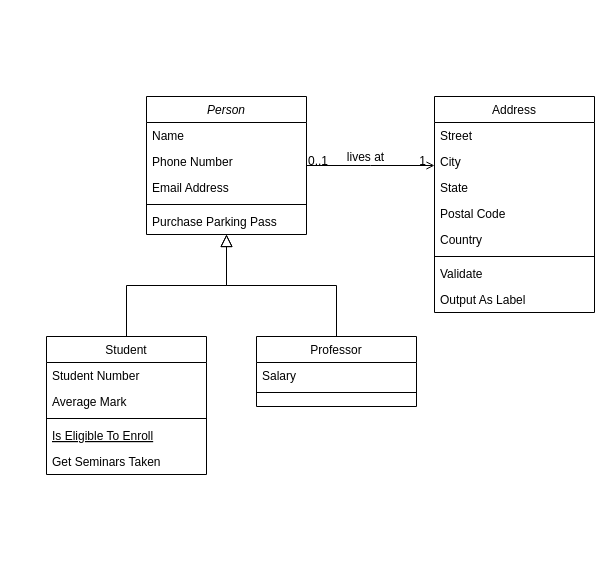
Above: src/main/java/com/qa/ims/IMS Diagram.drawio in rebeccaswinton/IMS-22JulyEnable3 (draw.io), before the change. Source tidied: cells renumbered, new cells numbered last; positions are measured from the earlier drawing's top-left corner, leaving out a move shared by most shapes. Both pictures are drawn from the tidied source at 100%, with x=0, y=0 at pixel (46, 96).
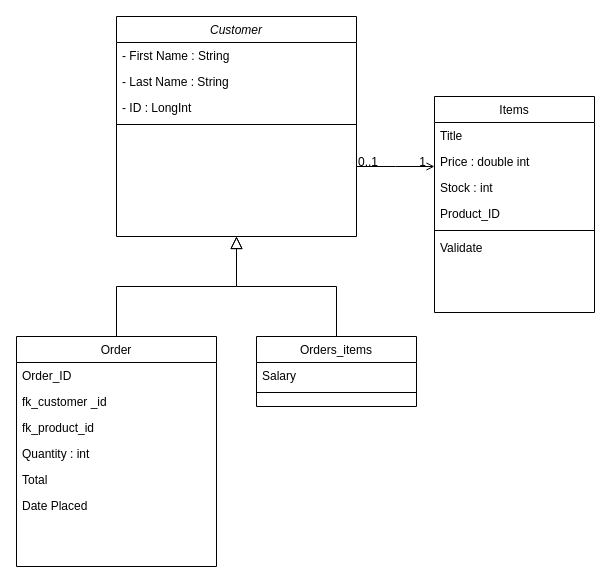
The same diagram, later.

Unchanged cells that the change refers to:
```xml
<mxCell id="28" style="endArrow=open;shadow=0;strokeWidth=1;rounded=0;endFill=1;edgeStyle=elbowEdgeStyle;elbow=vertical;" parent="1" edge="1" source="2" target="19">
  <mxGeometry x="0.5" y="41" relative="1" as="geometry">
    <mxPoint x="-40" y="32" as="offset" />
  </mxGeometry>
</mxCell>
```

What changed in the source:
```diff
@@
-    <mxCell id="2" value="Person" style="swimlane;fontStyle=2;align=center;verticalAlign=top;horizontal=1;startSize=26;rounded=0;shadow=0;strokeWidth=1;" parent="1" vertex="1">
-      <mxGeometry x="100" width="160" height="138" as="geometry" />
+    <mxCell id="2" value="Customer" style="swimlane;fontStyle=2;align=center;verticalAlign=top;horizontal=1;startSize=26;rounded=0;shadow=0;strokeWidth=1;" parent="1" vertex="1">
+      <mxGeometry x="70" y="-80" width="240" height="220" as="geometry" />
     </mxCell>
-    <mxCell id="3" value="Name" style="text;align=left;verticalAlign=top;spacingLeft=4;spacingRight=4;overflow=hidden;" parent="2" vertex="1">
-      <mxGeometry y="26" width="160" height="26" as="geometry" />
+    <mxCell id="3" value="- First Name : String" style="text;align=left;verticalAlign=top;spacingLeft=4;spacingRight=4;overflow=hidden;" parent="2" vertex="1">
+      <mxGeometry y="26" width="240" height="26" as="geometry" />
     </mxCell>
-    <mxCell id="4" value="Phone Number" style="text;align=left;verticalAlign=top;spacingLeft=4;spacingRight=4;overflow=hidden;rounded=0;shadow=0;html=0;" parent="2" vertex="1">
-      <mxGeometry y="52" width="160" height="26" as="geometry" />
-    </mxCell>
-    <mxCell id="5" value="Email Address" style="text;align=left;verticalAlign=top;spacingLeft=4;spacingRight=4;overflow=hidden;rounded=0;shadow=0;html=0;" parent="2" vertex="1">
-      <mxGeometry y="78" width="160" height="26" as="geometry" />
+    <mxCell id="5" value="- Last Name : String" style="text;align=left;verticalAlign=top;spacingLeft=4;spacingRight=4;overflow=hidden;rounded=0;shadow=0;html=0;" parent="2" vertex="1">
+      <mxGeometry y="52" width="240" height="26" as="geometry" />
     </mxCell>
+    <mxCell id="32" value="- ID : LongInt" style="text;align=left;verticalAlign=top;spacingLeft=4;spacingRight=4;overflow=hidden;rounded=0;shadow=0;html=0;" parent="2" vertex="1">
+      <mxGeometry y="78" width="240" height="26" as="geometry" />
+    </mxCell>
     <mxCell id="6" style="line;html=1;strokeWidth=1;align=left;verticalAlign=middle;spacingTop=-1;spacingLeft=3;spacingRight=3;labelPosition=right;" parent="2" vertex="1">
-      <mxGeometry y="104" width="160" height="8" as="geometry" />
+      <mxGeometry y="104" width="240" height="8" as="geometry" />
     </mxCell>
-    <mxCell id="7" value="Purchase Parking Pass" style="text;align=left;verticalAlign=top;spacingLeft=4;spacingRight=4;overflow=hidden;" parent="2" vertex="1">
-      <mxGeometry y="112" width="160" height="26" as="geometry" />
-    </mxCell>
-    <mxCell id="8" value="Student" style="swimlane;fontStyle=0;align=center;verticalAlign=top;horizontal=1;startSize=26;rounded=0;shadow=0;strokeWidth=1;" parent="1" vertex="1">
-      <mxGeometry y="240" width="160" height="138" as="geometry" />
+    <mxCell id="8" value="Order" style="swimlane;fontStyle=0;align=center;verticalAlign=top;horizontal=1;startSize=26;rounded=0;shadow=0;strokeWidth=1;" parent="1" vertex="1">
+      <mxGeometry x="-30" y="240" width="200" height="230" as="geometry" />
     </mxCell>
-    <mxCell id="9" value="Student Number" style="text;align=left;verticalAlign=top;spacingLeft=4;spacingRight=4;overflow=hidden;" parent="8" vertex="1">
-      <mxGeometry y="26" width="160" height="26" as="geometry" />
+    <mxCell id="9" value="Order_ID" style="text;align=left;verticalAlign=top;spacingLeft=4;spacingRight=4;overflow=hidden;" parent="8" vertex="1">
+      <mxGeometry y="26" width="200" height="26" as="geometry" />
     </mxCell>
+    <mxCell id="33" value="fk_customer _id" style="text;align=left;verticalAlign=top;spacingLeft=4;spacingRight=4;overflow=hidden;rounded=0;shadow=0;html=0;" parent="8" vertex="1">
+      <mxGeometry y="52" width="200" height="26" as="geometry" />
+    </mxCell>
-    <mxCell id="10" value="Average Mark" style="text;align=left;verticalAlign=top;spacingLeft=4;spacingRight=4;overflow=hidden;rounded=0;shadow=0;html=0;" parent="8" vertex="1">
-      <mxGeometry y="52" width="160" height="26" as="geometry" />
+    <mxCell id="10" value="fk_product_id" style="text;align=left;verticalAlign=top;spacingLeft=4;spacingRight=4;overflow=hidden;rounded=0;shadow=0;html=0;" parent="8" vertex="1">
+      <mxGeometry y="78" width="200" height="26" as="geometry" />
     </mxCell>
-    <mxCell id="11" style="line;html=1;strokeWidth=1;align=left;verticalAlign=middle;spacingTop=-1;spacingLeft=3;spacingRight=3;labelPosition=right;" parent="8" vertex="1">
-      <mxGeometry y="78" width="160" height="8" as="geometry" />
-    </mxCell>
-    <mxCell id="12" value="Is Eligible To Enroll" style="text;align=left;verticalAlign=top;spacingLeft=4;spacingRight=4;overflow=hidden;fontStyle=4;" parent="8" vertex="1">
-      <mxGeometry y="86" width="160" height="26" as="geometry" />
-    </mxCell>
-    <mxCell id="13" value="Get Seminars Taken" style="text;align=left;verticalAlign=top;spacingLeft=4;spacingRight=4;overflow=hidden;" parent="8" vertex="1">
-      <mxGeometry y="112" width="160" height="26" as="geometry" />
-    </mxCell>
+    <mxCell id="34" value="Quantity : int &#10;&#10;" style="text;align=left;verticalAlign=top;spacingLeft=4;spacingRight=4;overflow=hidden;rounded=0;shadow=0;html=0;" parent="8" vertex="1">
+      <mxGeometry y="104" width="200" height="26" as="geometry" />
+    </mxCell>
+    <mxCell id="35" value="Total" style="text;align=left;verticalAlign=top;spacingLeft=4;spacingRight=4;overflow=hidden;rounded=0;shadow=0;html=0;" parent="8" vertex="1">
+      <mxGeometry y="130" width="200" height="26" as="geometry" />
+    </mxCell>
+    <mxCell id="36" value="Date Placed" style="text;align=left;verticalAlign=top;spacingLeft=4;spacingRight=4;overflow=hidden;rounded=0;shadow=0;html=0;" parent="8" vertex="1">
+      <mxGeometry y="156" width="200" height="26" as="geometry" />
+    </mxCell>
@@
-    <mxCell id="15" value="Professor" style="swimlane;fontStyle=0;align=center;verticalAlign=top;horizontal=1;startSize=26;rounded=0;shadow=0;strokeWidth=1;" parent="1" vertex="1">
+    <mxCell id="15" value="Orders_items" style="swimlane;fontStyle=0;align=center;verticalAlign=top;horizontal=1;startSize=26;rounded=0;shadow=0;strokeWidth=1;" parent="1" vertex="1">
       <mxGeometry x="210" y="240" width="160" height="70" as="geometry" />
     </mxCell>
@@
-    <mxCell id="19" value="Address" style="swimlane;fontStyle=0;align=center;verticalAlign=top;horizontal=1;startSize=26;rounded=0;shadow=0;strokeWidth=1;" parent="1" vertex="1">
+    <mxCell id="19" value="Items" style="swimlane;fontStyle=0;align=center;verticalAlign=top;horizontal=1;startSize=26;rounded=0;shadow=0;strokeWidth=1;" parent="1" vertex="1">
       <mxGeometry x="388" width="160" height="216" as="geometry" />
     </mxCell>
-    <mxCell id="20" value="Street" style="text;align=left;verticalAlign=top;spacingLeft=4;spacingRight=4;overflow=hidden;" parent="19" vertex="1">
+    <mxCell id="20" value="Title" style="text;align=left;verticalAlign=top;spacingLeft=4;spacingRight=4;overflow=hidden;" parent="19" vertex="1">
       <mxGeometry y="26" width="160" height="26" as="geometry" />
     </mxCell>
-    <mxCell id="21" value="City" style="text;align=left;verticalAlign=top;spacingLeft=4;spacingRight=4;overflow=hidden;rounded=0;shadow=0;html=0;" parent="19" vertex="1">
+    <mxCell id="21" value="Price : double int" style="text;align=left;verticalAlign=top;spacingLeft=4;spacingRight=4;overflow=hidden;rounded=0;shadow=0;html=0;" parent="19" vertex="1">
       <mxGeometry y="52" width="160" height="26" as="geometry" />
     </mxCell>
-    <mxCell id="22" value="State" style="text;align=left;verticalAlign=top;spacingLeft=4;spacingRight=4;overflow=hidden;rounded=0;shadow=0;html=0;" parent="19" vertex="1">
+    <mxCell id="22" value="Stock : int" style="text;align=left;verticalAlign=top;spacingLeft=4;spacingRight=4;overflow=hidden;rounded=0;shadow=0;html=0;" parent="19" vertex="1">
       <mxGeometry y="78" width="160" height="26" as="geometry" />
     </mxCell>
-    <mxCell id="23" value="Postal Code" style="text;align=left;verticalAlign=top;spacingLeft=4;spacingRight=4;overflow=hidden;rounded=0;shadow=0;html=0;" parent="19" vertex="1">
+    <mxCell id="23" value="Product_ID" style="text;align=left;verticalAlign=top;spacingLeft=4;spacingRight=4;overflow=hidden;rounded=0;shadow=0;html=0;" parent="19" vertex="1">
       <mxGeometry y="104" width="160" height="26" as="geometry" />
     </mxCell>
-    <mxCell id="24" value="Country" style="text;align=left;verticalAlign=top;spacingLeft=4;spacingRight=4;overflow=hidden;rounded=0;shadow=0;html=0;" parent="19" vertex="1">
-      <mxGeometry y="130" width="160" height="26" as="geometry" />
-    </mxCell>
     <mxCell id="25" style="line;html=1;strokeWidth=1;align=left;verticalAlign=middle;spacingTop=-1;spacingLeft=3;spacingRight=3;labelPosition=right;" parent="19" vertex="1">
-      <mxGeometry y="156" width="160" height="8" as="geometry" />
+      <mxGeometry y="130" width="160" height="8" as="geometry" />
     </mxCell>
     <mxCell id="26" value="Validate" style="text;align=left;verticalAlign=top;spacingLeft=4;spacingRight=4;overflow=hidden;" parent="19" vertex="1">
-      <mxGeometry y="164" width="160" height="26" as="geometry" />
+      <mxGeometry y="138" width="160" height="26" as="geometry" />
     </mxCell>
-    <mxCell id="27" value="Output As Label" style="text;align=left;verticalAlign=top;spacingLeft=4;spacingRight=4;overflow=hidden;" parent="19" vertex="1">
-      <mxGeometry y="190" width="160" height="26" as="geometry" />
-    </mxCell>
@@
-    <mxCell id="31" value="lives at" style="text;html=1;align=center;verticalAlign=middle;labelBackgroundColor=none;rounded=0;shadow=0;strokeWidth=1;fontSize=12;" parent="28" vertex="1">
-      <mxGeometry x="0.5" y="49" relative="1" as="geometry">
-        <mxPoint x="-38" y="40" as="offset" />
-      </mxGeometry>
-    </mxCell>
```
